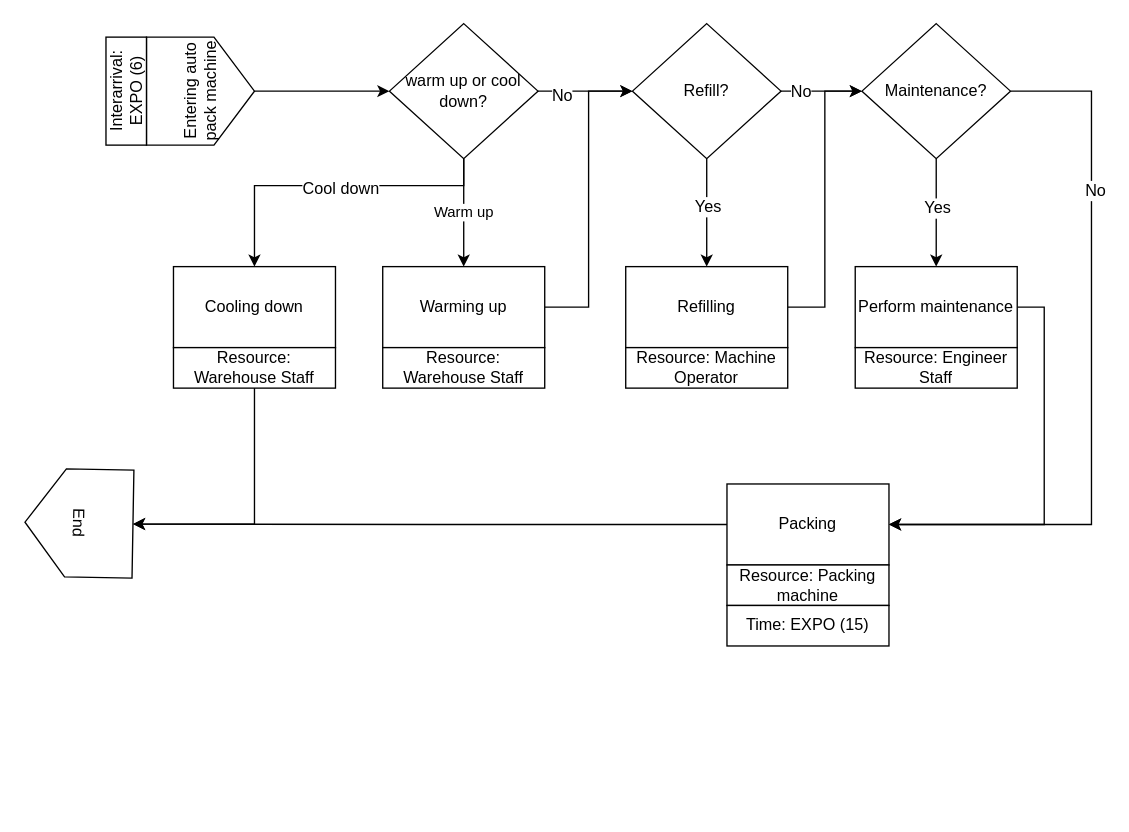
This is Em-Con-Res.drawio from aboutkrin/aboutkrin.github.io, a draw.io file, before an edit. Source tidied: cells renumbered, new cells numbered last; positions are measured from the earlier drawing's top-left corner, leaving out a move shared by most shapes. Both pictures are drawn from the tidied source at 135%, with x=0, y=0 at pixel (24, 23).
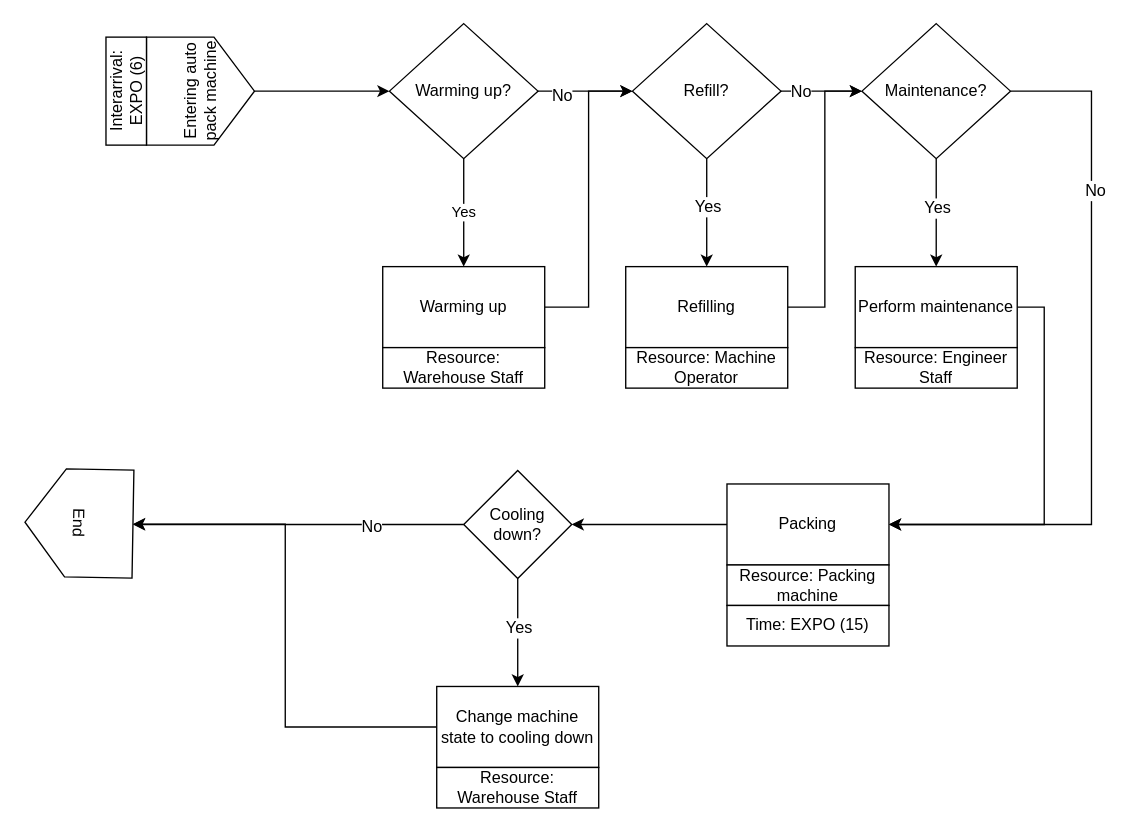
Above is the later version.

The change refers to these unchanged cells:
```xml
<mxCell id="11" value="Warming up" style="rounded=0;whiteSpace=wrap;html=1;" parent="1" vertex="1">
  <mxGeometry x="265" y="180" width="120" height="60" as="geometry" />
</mxCell>
<mxCell id="26" value="End" style="shape=offPageConnector;whiteSpace=wrap;html=1;rotation=91;" parent="1" vertex="1">
  <mxGeometry y="330" width="80" height="80" as="geometry" />
</mxCell>
<mxCell id="30" value="Packing" style="rounded=0;whiteSpace=wrap;html=1;" parent="1" vertex="1">
  <mxGeometry x="520" y="341" width="120" height="60" as="geometry" />
</mxCell>
```

Diff of the diagram source:
```diff
@@
-    <mxCell id="4" value="Warm up" style="edgeStyle=orthogonalEdgeStyle;rounded=0;jettySize=auto;html=1;exitX=0.5;exitY=1;exitDx=0;exitDy=0;entryX=0.5;entryY=0;entryDx=0;entryDy=0;" parent="1" edge="1" source="9" target="11">
+    <mxCell id="4" value="Yes" style="edgeStyle=orthogonalEdgeStyle;rounded=0;jettySize=auto;html=1;exitX=0.5;exitY=1;exitDx=0;exitDy=0;entryX=0.5;entryY=0;entryDx=0;entryDy=0;" parent="1" edge="1" source="9" target="11">
       <mxGeometry relative="1" as="geometry" />
     </mxCell>
-    <mxCell id="5" style="edgeStyle=orthogonalEdgeStyle;rounded=0;jettySize=auto;html=1;exitX=0.5;exitY=1;exitDx=0;exitDy=0;entryX=0.5;entryY=0;entryDx=0;entryDy=0;" parent="1" edge="1" source="9" target="25">
-      <mxGeometry relative="1" as="geometry">
-        <Array as="points">
-          <mxPoint x="325" y="120" />
-          <mxPoint x="170" y="120" />
-        </Array>
-      </mxGeometry>
-    </mxCell>
-    <mxCell id="6" value="Cool down" style="text;html=1;align=center;verticalAlign=middle;labelBackgroundColor=#ffffff;" parent="5" vertex="1">
-      <mxGeometry x="-0.05" y="2" relative="1" as="geometry" />
-    </mxCell>
@@
-    <mxCell id="9" value="warm up or cool down?" style="rhombus;whiteSpace=wrap;html=1;" parent="1" vertex="1">
+    <mxCell id="9" value="Warming up?" style="rhombus;whiteSpace=wrap;html=1;" parent="1" vertex="1">
       <mxGeometry x="270" width="110" height="100" as="geometry" />
     </mxCell>
@@
-    <mxCell id="24" style="edgeStyle=orthogonalEdgeStyle;rounded=0;jettySize=auto;html=1;exitX=0.5;exitY=1;exitDx=0;exitDy=0;entryX=0.5;entryY=0;entryDx=0;entryDy=0;" parent="1" edge="1" source="25" target="26">
+    <mxCell id="24" style="edgeStyle=orthogonalEdgeStyle;rounded=0;jettySize=auto;html=1;exitX=0;exitY=0.5;exitDx=0;exitDy=0;entryX=0.5;entryY=0;entryDx=0;entryDy=0;" parent="1" edge="1" source="25" target="26">
       <mxGeometry relative="1" as="geometry" />
     </mxCell>
-    <mxCell id="25" value="Cooling down" style="rounded=0;whiteSpace=wrap;html=1;" parent="1" vertex="1">
-      <mxGeometry x="110" y="180" width="120" height="60" as="geometry" />
+    <mxCell id="25" value="Change machine state to cooling down" style="rounded=0;whiteSpace=wrap;html=1;" parent="1" vertex="1">
+      <mxGeometry x="305" y="491" width="120" height="60" as="geometry" />
     </mxCell>
@@
-    <mxCell id="29" style="edgeStyle=orthogonalEdgeStyle;rounded=0;jettySize=auto;html=1;exitX=0;exitY=0.5;exitDx=0;exitDy=0;entryX=0.5;entryY=0;entryDx=0;entryDy=0;" parent="1" edge="1" source="30" target="26">
-      <mxGeometry relative="1" as="geometry" />
-    </mxCell>
+    <mxCell id="38" style="edgeStyle=orthogonalEdgeStyle;rounded=0;jettySize=auto;html=1;exitX=0;exitY=0.5;exitDx=0;exitDy=0;" parent="1" edge="1" source="30" target="43">
+      <mxGeometry relative="1" as="geometry" />
+    </mxCell>
@@
     <mxCell id="31" value="Resource: Warehouse Staff" style="rounded=0;whiteSpace=wrap;html=1;" parent="1" vertex="1">
-      <mxGeometry x="110" y="240" width="120" height="30" as="geometry" />
+      <mxGeometry x="305" y="551" width="120" height="30" as="geometry" />
     </mxCell>
@@
+    <mxCell id="39" style="edgeStyle=orthogonalEdgeStyle;rounded=0;jettySize=auto;html=1;exitX=0.5;exitY=1;exitDx=0;exitDy=0;entryX=0.5;entryY=0;entryDx=0;entryDy=0;" parent="1" edge="1" source="43" target="25">
+      <mxGeometry relative="1" as="geometry" />
+    </mxCell>
+    <mxCell id="40" value="Yes" style="text;html=1;align=center;verticalAlign=middle;labelBackgroundColor=#ffffff;" parent="39" vertex="1">
+      <mxGeometry x="-0.1" relative="1" as="geometry" />
+    </mxCell>
+    <mxCell id="41" style="edgeStyle=orthogonalEdgeStyle;rounded=0;jettySize=auto;html=1;exitX=0;exitY=0.5;exitDx=0;exitDy=0;" parent="1" edge="1" source="43">
+      <mxGeometry relative="1" as="geometry">
+        <mxPoint x="80" y="371" as="targetPoint" />
+      </mxGeometry>
+    </mxCell>
+    <mxCell id="42" value="No" style="text;html=1;align=center;verticalAlign=middle;labelBackgroundColor=#ffffff;" parent="41" vertex="1">
+      <mxGeometry x="-0.44" y="1" relative="1" as="geometry" />
+    </mxCell>
+    <mxCell id="43" value="Cooling down?" style="rhombus;whiteSpace=wrap;html=1;" parent="1" vertex="1">
+      <mxGeometry x="325" y="331" width="80" height="80" as="geometry" />
+    </mxCell>
```
